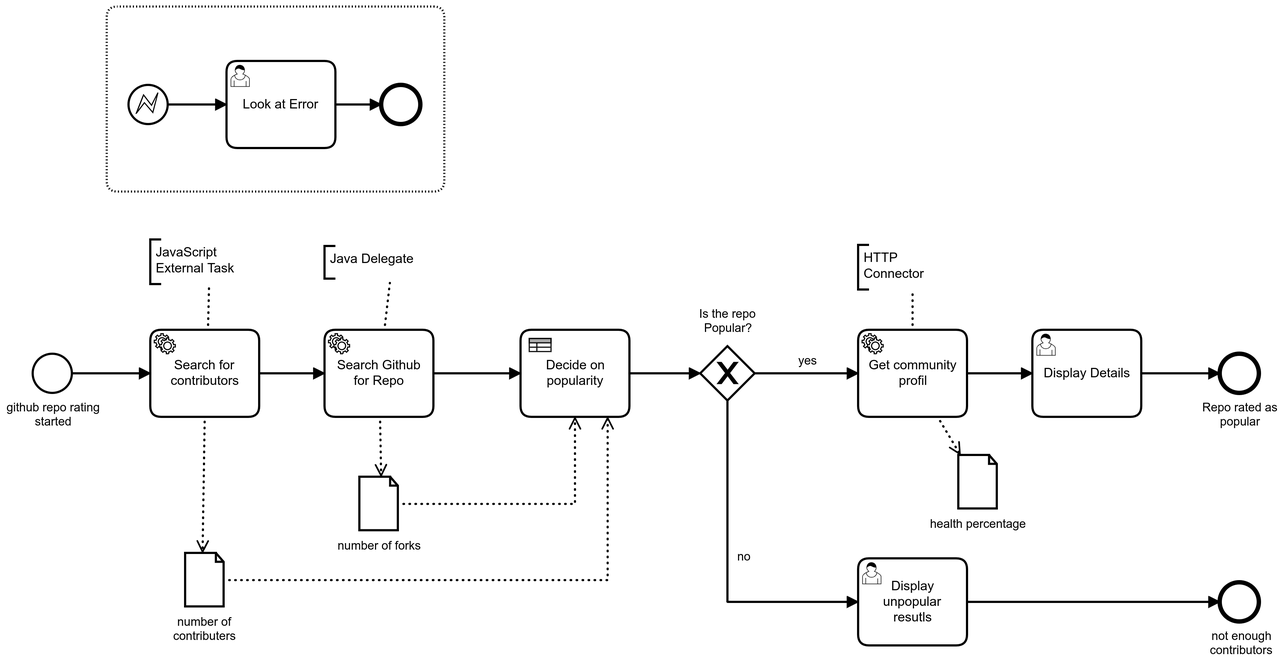
This is img/process.png from camunda-community-hub/Make-Rest-Calls-From-Camunda-7-Example, a BPMN export, as it was before one commit. Its source is kept beside it as CamundaApllication/src/main/resources/process.bpmn. Ids are renumbered.
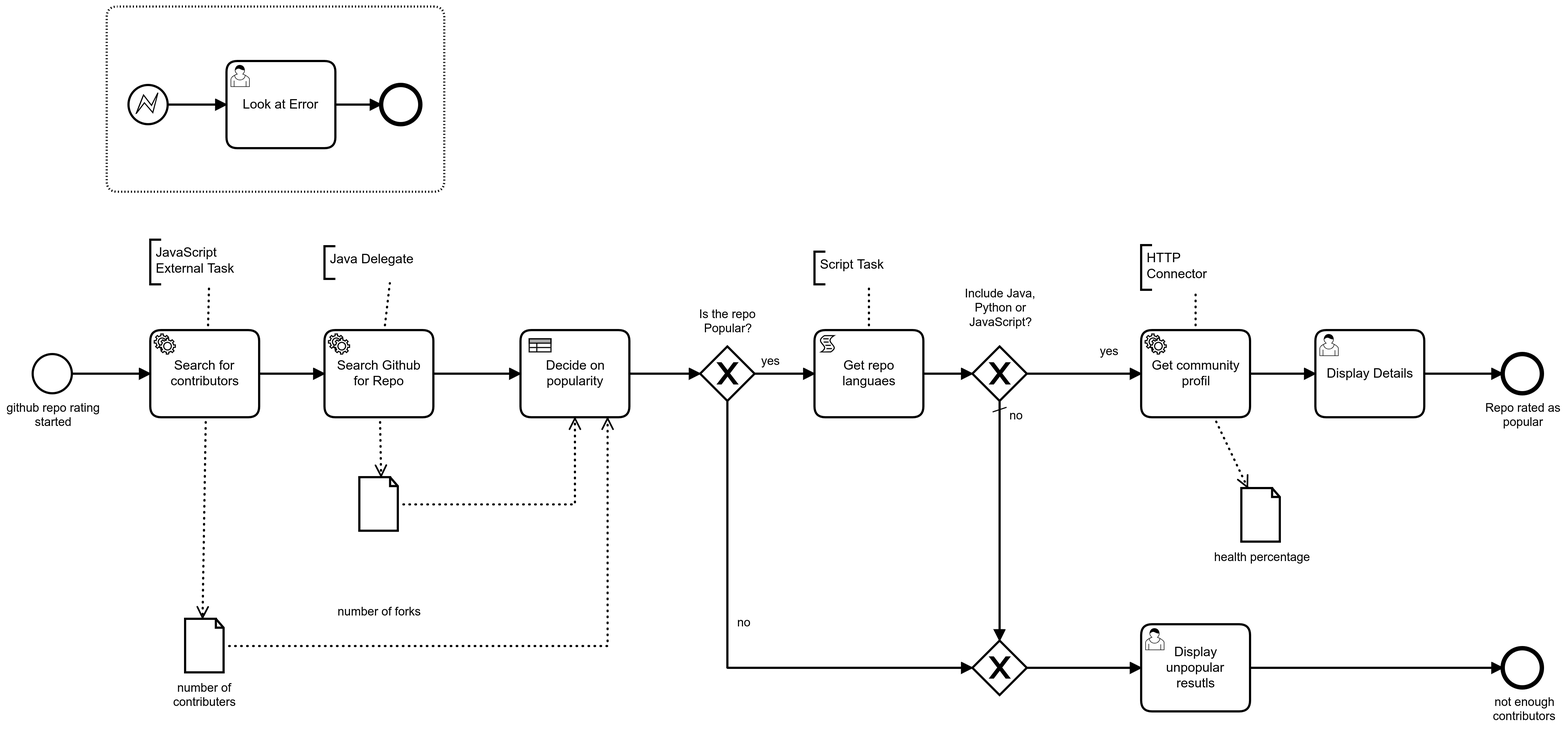
After the commit.

Commit message:
adjust Readme and include the Script task

Diff of the diagram source:
```diff
@@ -1,4 +1,4 @@
-<bpmn:definitions xmlns:bpmn="http://www.omg.org/spec/BPMN/20100524/MODEL" xmlns:bpmndi="http://www.omg.org/spec/BPMN/20100524/DI" xmlns:dc="http://www.omg.org/spec/DD/20100524/DC" xmlns:di="http://www.omg.org/spec/DD/20100524/DI" xmlns:camunda="http://camunda.org/schema/1.0/bpmn" xmlns:xsi="http://www.w3.org/2001/XMLSchema-instance" xmlns:bioc="http://bpmn.io/schema/bpmn/biocolor/1.0" id="Definitions_n1" targetNamespace="http://bpmn.io/schema/bpmn" exporter="Camunda Modeler" exporterVersion="4.8.1">
+<bpmn:definitions xmlns:bpmn="http://www.omg.org/spec/BPMN/20100524/MODEL" xmlns:bpmndi="http://www.omg.org/spec/BPMN/20100524/DI" xmlns:dc="http://www.omg.org/spec/DD/20100524/DC" xmlns:di="http://www.omg.org/spec/DD/20100524/DI" xmlns:camunda="http://camunda.org/schema/1.0/bpmn" xmlns:xsi="http://www.w3.org/2001/XMLSchema-instance" xmlns:bioc="http://bpmn.io/schema/bpmn/biocolor/1.0" id="Definitions_n1" targetNamespace="http://bpmn.io/schema/bpmn" exporter="Camunda Modeler" exporterVersion="4.7.0">
   <bpmn:process id="Git-Repo-Popularity-Checker" name="Git Repo Popularity Checker" isExecutable="true">
     <bpmn:startEvent id="Event_n2" name="github repo rating started" camunda:asyncBefore="true" camunda:formKey="camunda-forms:/forms/startForm.form" camunda:initiator="processOwner">
       <bpmn:outgoing>Flow_n3</bpmn:outgoing>
@@ -189,6 +189,8 @@
     if(response.contentAsString.contains("Scala")){
         scala = true;
         programingLanguages = programingLanguages + " Scala "
+
+        throw new org.camunda.bpm.engine.delegate.BpmnError("error-scala-detected");
     }
     //return variables
     execution.setVariable("programingLanguages", programingLanguages)
@@ -201,6 +203,7 @@
 
 } catch (RESTClientException e) {
     println(e)
+    throw new Exception(e)
 }</bpmn:script>
     </bpmn:scriptTask>
     <bpmn:exclusiveGateway id="Gateway_n40">
@@ -226,20 +229,13 @@
       <bpmn:text>Script Task</bpmn:text>
     </bpmn:textAnnotation>
     <bpmn:association id="Association_n54" sourceRef="Activity_n39" targetRef="TextAnnotation_n53" />
-    <bpmn:textAnnotation id="TextAnnotation_n55">
-      <bpmn:text>get /repos/{owner}/{repo}/languages
-
-See Link in Element Documentation of Script task</bpmn:text>
-    </bpmn:textAnnotation>
-    <bpmn:association id="Association_n56" sourceRef="Activity_n39" targetRef="TextAnnotation_n55" />
-    <bpmn:textAnnotation id="TextAnnotation_n57">
-      <bpmn:text>include languages in final form</bpmn:text>
-    </bpmn:textAnnotation>
-    <bpmn:association id="Association_n58" sourceRef="Activity_n32" targetRef="TextAnnotation_n57" />
   </bpmn:process>
   <bpmndi:BPMNDiagram id="BPMNDiagram_1">
     <bpmndi:BPMNPlane id="BPMNPlane_1" bpmnElement="Git-Repo-Popularity-Checker">
-      <bpmndi:BPMNEdge id="Flow_n45_di" bpmnElement="Flow_n45" bioc:stroke="rgb(30, 136, 229)" bioc:fill="rgb(187, 222, 251)">
+      <bpmndi:BPMNShape id="TextAnnotation_n53_di" bpmnElement="TextAnnotation_n53">
+        <dc:Bounds x="900" y="308" width="100" height="30" />
+      </bpmndi:BPMNShape>
+      <bpmndi:BPMNEdge id="Flow_n45_di" bpmnElement="Flow_n45" bioc:stroke="black" bioc:fill="white">
         <di:waypoint x="1070" y="445" />
         <di:waypoint x="1070" y="665" />
         <bpmndi:BPMNLabel>
@@ -254,11 +250,11 @@
         <di:waypoint x="1000" y="420" />
         <di:waypoint x="1045" y="420" />
       </bpmndi:BPMNEdge>
-      <bpmndi:BPMNEdge id="Flow_n15_di" bpmnElement="Flow_n15" bioc:stroke="rgb(30, 136, 229)" bioc:fill="rgb(187, 222, 251)">
+      <bpmndi:BPMNEdge id="Flow_n15_di" bpmnElement="Flow_n15" bioc:stroke="black" bioc:fill="white">
         <di:waypoint x="1095" y="420" />
         <di:waypoint x="1200" y="420" />
         <bpmndi:BPMNLabel>
-          <dc:Bounds x="1162" y="393" width="17" height="14" />
+          <dc:Bounds x="1162" y="393" width="18" height="14" />
         </bpmndi:BPMNLabel>
       </bpmndi:BPMNEdge>
       <bpmndi:BPMNEdge id="Flow_n31_di" bpmnElement="Flow_n31">
@@ -357,7 +353,7 @@
           <dc:Bounds x="1523" y="715" width="58" height="27" />
         </bpmndi:BPMNLabel>
       </bpmndi:BPMNShape>
-      <bpmndi:BPMNShape id="Activity_n32_di" bpmnElement="Activity_n32" bioc:stroke="rgb(30, 136, 229)" bioc:fill="rgb(187, 222, 251)">
+      <bpmndi:BPMNShape id="Activity_n32_di" bpmnElement="Activity_n32" bioc:stroke="black" bioc:fill="white">
         <dc:Bounds x="1360" y="380" width="100" height="80" />
       </bpmndi:BPMNShape>
       <bpmndi:BPMNShape id="Activity_n33_di" bpmnElement="Activity_n33">
@@ -384,13 +380,13 @@
           <dc:Bounds x="1266" y="582" width="89" height="14" />
         </bpmndi:BPMNLabel>
       </bpmndi:BPMNShape>
-      <bpmndi:BPMNShape id="Gateway_n44_di" bpmnElement="Gateway_n44" isMarkerVisible="true" bioc:stroke="rgb(30, 136, 229)" bioc:fill="rgb(187, 222, 251)">
+      <bpmndi:BPMNShape id="Gateway_n44_di" bpmnElement="Gateway_n44" isMarkerVisible="true" bioc:stroke="black" bioc:fill="white">
         <dc:Bounds x="1045" y="395" width="50" height="50" />
         <bpmndi:BPMNLabel>
-          <dc:Bounds x="1038" y="340" width="65" height="40" />
+          <dc:Bounds x="1038" y="340" width="66" height="40" />
         </bpmndi:BPMNLabel>
       </bpmndi:BPMNShape>
-      <bpmndi:BPMNShape id="Activity_1yz7jn8_di" bpmnElement="Activity_n39" bioc:stroke="rgb(30, 136, 229)" bioc:fill="rgb(187, 222, 251)">
+      <bpmndi:BPMNShape id="Activity_1yz7jn8_di" bpmnElement="Activity_n39" bioc:stroke="black" bioc:fill="white">
         <dc:Bounds x="900" y="380" width="100" height="80" />
       </bpmndi:BPMNShape>
       <bpmndi:BPMNShape id="Gateway_n40_di" bpmnElement="Gateway_n40" isMarkerVisible="true">
@@ -405,15 +401,10 @@
       <bpmndi:BPMNShape id="TextAnnotation_n49_di" bpmnElement="TextAnnotation_n49">
         <dc:Bounds x="1200" y="302" width="100" height="41" />
       </bpmndi:BPMNShape>
-      <bpmndi:BPMNShape id="TextAnnotation_n53_di" bpmnElement="TextAnnotation_n53">
-        <dc:Bounds x="920" y="290" width="100" height="30" />
-      </bpmndi:BPMNShape>
-      <bpmndi:BPMNShape id="TextAnnotation_n55_di" bpmnElement="TextAnnotation_n55" bioc:stroke="rgb(30, 136, 229)" bioc:fill="rgb(187, 222, 251)">
-        <dc:Bounds x="860" y="490" width="184.99892426850258" height="82" />
-      </bpmndi:BPMNShape>
-      <bpmndi:BPMNShape id="TextAnnotation_n57_di" bpmnElement="TextAnnotation_n57" bioc:stroke="rgb(30, 136, 229)" bioc:fill="rgb(187, 222, 251)">
-        <dc:Bounds x="1440" y="296" width="100" height="54" />
-      </bpmndi:BPMNShape>
+      <bpmndi:BPMNEdge id="Association_n54_di" bpmnElement="Association_n54">
+        <di:waypoint x="950" y="380" />
+        <di:waypoint x="950" y="338" />
+      </bpmndi:BPMNEdge>
       <bpmndi:BPMNEdge id="DataOutputAssociation_n9_di" bpmnElement="DataOutputAssociation_n9">
         <di:waypoint x="501" y="460" />
         <di:waypoint x="502" y="515" />
@@ -448,18 +439,6 @@
         <di:waypoint x="1250" y="380" />
         <di:waypoint x="1250" y="343" />
       </bpmndi:BPMNEdge>
-      <bpmndi:BPMNEdge id="Association_n54_di" bpmnElement="Association_n54">
-        <di:waypoint x="957" y="380" />
-        <di:waypoint x="967" y="320" />
-      </bpmndi:BPMNEdge>
-      <bpmndi:BPMNEdge id="Association_n56_di" bpmnElement="Association_n56" bioc:stroke="rgb(30, 136, 229)" bioc:fill="rgb(187, 222, 251)">
-        <di:waypoint x="950" y="460" />
-        <di:waypoint x="950" y="490" />
-      </bpmndi:BPMNEdge>
-      <bpmndi:BPMNEdge id="Association_n58_di" bpmnElement="Association_n58">
-        <di:waypoint x="1439" y="380" />
-        <di:waypoint x="1461" y="350" />
-      </bpmndi:BPMNEdge>
     </bpmndi:BPMNPlane>
   </bpmndi:BPMNDiagram>
 </bpmn:definitions>
```
